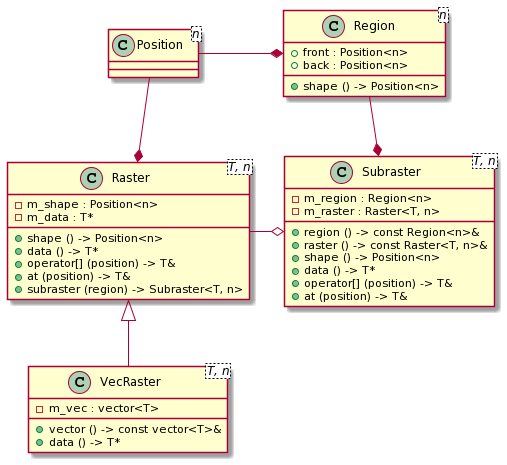
Earlier version of the PlantUML export doc/diagrams/out/Raster.png (CNES/EleFits).
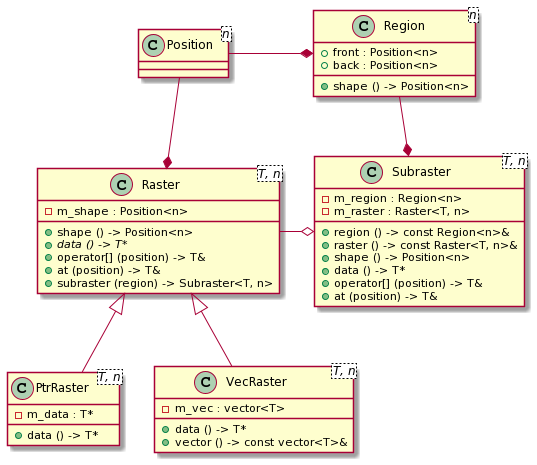
After the commit.

Commit message:
Roll back to initial Raster hierarchy

Change to the diagram source:
```diff
@@ -4,18 +4,22 @@
 
 class Raster<T, n> {
 - m_shape : Position<n>
-- m_data : T*
 + shape () -> Position<n>
-+ data () -> T*
++ {abstract}data () -> T*
 + operator[] (position) -> T&
 + at (position) -> T&
 + subraster (region) -> Subraster<T, n>
 }
 
+class PtrRaster<T, n> {
+- m_data : T*
++ data () -> T*
+}
+
 class VecRaster<T, n> {
 - m_vec : vector<T>
++ data () -> T*
 + vector () -> const vector<T>&
-+ data () -> T*
 }
 
 class Region<n> {
@@ -35,6 +39,7 @@
 + at (position) -> T&
 }
 
+Raster <|-- PtrRaster
 Raster <|-- VecRaster
 Position --* Raster
 Raster -o Subraster
```
